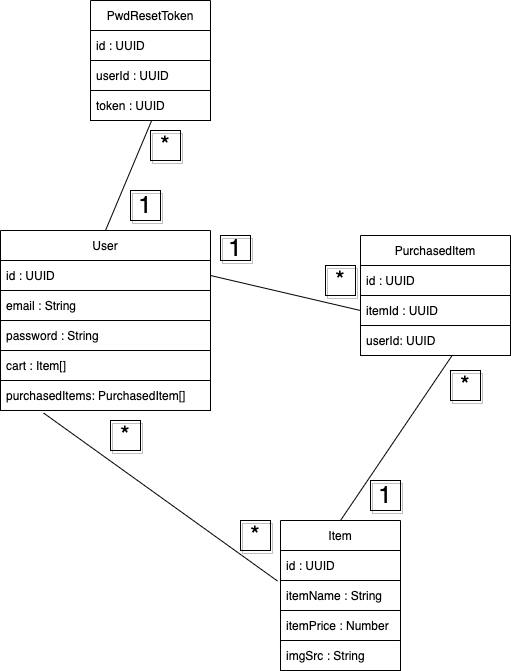
This is docs/DB UML Diagram.png from jaksonhensley/CSCI4300-FinalProject, a draw.io export, as it was before one commit. Source tidied: cells renumbered, new cells last; positions are measured from the earlier drawing's top-left corner, leaving out a move shared by most shapes.
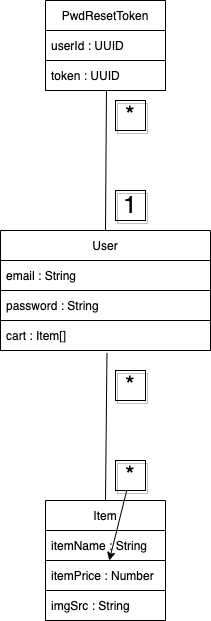
Later version of the same file.

What changed in the source:
```diff
@@ -3,99 +3,58 @@
     <mxCell id="0" />
     <mxCell id="1" parent="0" />
     <mxCell id="2" value="User" style="swimlane;fontStyle=0;horizontal=1;startSize=30;fontColor=#000000;strokeColor=#000000;fillColor=#FFFFFF;" parent="1" vertex="1">
-      <mxGeometry y="230" width="210" height="180" as="geometry" />
+      <mxGeometry x="235" y="230" width="210" height="120" as="geometry" />
     </mxCell>
-    <mxCell id="3" value="id : UUID" style="text;strokeColor=#000000;fillColor=none;align=left;verticalAlign=middle;spacingLeft=4;spacingRight=4;overflow=hidden;points=[[0,0.5],[1,0.5]];portConstraint=eastwest;fontColor=#000000;" parent="2" vertex="1">
-      <mxGeometry y="30" width="210" height="30" as="geometry" />
-    </mxCell>
     <mxCell id="4" value="email : String" style="text;strokeColor=#000000;fillColor=none;align=left;verticalAlign=middle;spacingLeft=4;spacingRight=4;overflow=hidden;fontColor=#000000;" parent="2" vertex="1">
-      <mxGeometry y="60" width="210" height="30" as="geometry" />
+      <mxGeometry y="30" width="210" height="30" as="geometry" />
     </mxCell>
     <mxCell id="5" value="password : String" style="text;strokeColor=#000000;fillColor=none;align=left;verticalAlign=middle;spacingLeft=4;spacingRight=4;overflow=hidden;fontColor=#000000;" parent="2" vertex="1">
-      <mxGeometry y="90" width="210" height="30" as="geometry" />
+      <mxGeometry y="60" width="210" height="30" as="geometry" />
     </mxCell>
     <mxCell id="6" value="cart : Item[]" style="text;strokeColor=#000000;fillColor=none;align=left;verticalAlign=middle;spacingLeft=4;spacingRight=4;overflow=hidden;points=[[0,0.5],[1,0.5]];portConstraint=eastwest;fontColor=#000000;" parent="2" vertex="1">
-      <mxGeometry y="120" width="210" height="30" as="geometry" />
+      <mxGeometry y="90" width="210" height="30" as="geometry" />
     </mxCell>
-    <mxCell id="7" value="purchasedItems: PurchasedItem[]" style="text;strokeColor=#000000;fillColor=none;align=left;verticalAlign=middle;spacingLeft=4;spacingRight=4;overflow=hidden;points=[[0,0.5],[1,0.5]];portConstraint=eastwest;fontColor=#000000;" parent="2" vertex="1">
-      <mxGeometry y="150" width="210" height="30" as="geometry" />
-    </mxCell>
     <mxCell id="8" value="PwdResetToken" style="swimlane;fontStyle=0;horizontal=1;startSize=30;fontColor=#000000;gradientColor=#ffffff;fillColor=#FFFFFF;strokeColor=#000000;" parent="1" vertex="1">
-      <mxGeometry x="90" width="120" height="120" as="geometry" />
+      <mxGeometry x="280" width="120" height="90" as="geometry" />
     </mxCell>
-    <mxCell id="9" value="id : UUID" style="text;strokeColor=#000000;fillColor=none;align=left;verticalAlign=middle;spacingLeft=4;spacingRight=4;overflow=hidden;fontColor=#000000;" parent="8" vertex="1">
-      <mxGeometry y="30" width="120" height="30" as="geometry" />
-    </mxCell>
     <mxCell id="10" value="userId : UUID" style="text;strokeColor=#000000;fillColor=none;align=left;verticalAlign=middle;spacingLeft=4;spacingRight=4;overflow=hidden;fontColor=#000000;" parent="8" vertex="1">
-      <mxGeometry y="60" width="120" height="30" as="geometry" />
+      <mxGeometry y="30" width="120" height="30" as="geometry" />
     </mxCell>
     <mxCell id="11" value="token : UUID" style="text;strokeColor=#000000;fillColor=none;align=left;verticalAlign=middle;spacingLeft=4;spacingRight=4;overflow=hidden;points=[[0,0.5],[1,0.5]];portConstraint=eastwest;fontColor=#000000;" parent="8" vertex="1">
-      <mxGeometry y="90" width="120" height="30" as="geometry" />
+      <mxGeometry y="60" width="120" height="30" as="geometry" />
     </mxCell>
     <mxCell id="12" value="Item" style="swimlane;fontStyle=0;horizontal=1;startSize=30;fontColor=#000000;strokeColor=#000000;fillColor=#FFFFFF;" parent="1" vertex="1">
-      <mxGeometry x="280" y="520" width="120" height="150" as="geometry" />
+      <mxGeometry x="280" y="500" width="120" height="120" as="geometry" />
     </mxCell>
-    <mxCell id="13" value="id : UUID" style="text;strokeColor=#000000;fillColor=none;align=left;verticalAlign=middle;spacingLeft=4;spacingRight=4;overflow=hidden;fontColor=#000000;" parent="12" vertex="1">
-      <mxGeometry y="30" width="120" height="30" as="geometry" />
-    </mxCell>
     <mxCell id="14" value="itemName : String" style="text;strokeColor=#000000;fillColor=none;align=left;verticalAlign=middle;spacingLeft=4;spacingRight=4;overflow=hidden;points=[[0,0.5],[1,0.5]];portConstraint=eastwest;fontColor=#000000;" parent="12" vertex="1">
-      <mxGeometry y="60" width="120" height="30" as="geometry" />
+      <mxGeometry y="30" width="120" height="30" as="geometry" />
     </mxCell>
     <mxCell id="15" value="itemPrice : Number" style="text;strokeColor=#000000;fillColor=none;align=left;verticalAlign=middle;spacingLeft=4;spacingRight=4;overflow=hidden;points=[[0,0.5],[1,0.5]];portConstraint=eastwest;fontColor=#000000;" parent="12" vertex="1">
-      <mxGeometry y="90" width="120" height="30" as="geometry" />
+      <mxGeometry y="60" width="120" height="30" as="geometry" />
     </mxCell>
     <mxCell id="16" value="imgSrc : String" style="text;strokeColor=#000000;fillColor=none;align=left;verticalAlign=middle;spacingLeft=4;spacingRight=4;overflow=hidden;fontColor=#000000;fontStyle=0;" parent="12" vertex="1">
-      <mxGeometry y="120" width="120" height="30" as="geometry" />
+      <mxGeometry y="90" width="120" height="30" as="geometry" />
     </mxCell>
     <mxCell id="17" style="endArrow=none;html=1;rounded=0;entryX=0.508;entryY=1.017;entryDx=0;entryDy=0;entryPerimeter=0;exitX=0.5;exitY=0;exitDx=0;exitDy=0;fontColor=#000000;strokeColor=#000000;" parent="1" edge="1" source="2" target="11">
       <mxGeometry relative="1" as="geometry" />
     </mxCell>
     <mxCell id="18" value="&lt;font style=&quot;font-size: 24px;&quot;&gt;1&lt;/font&gt;" style="text;html=1;strokeColor=#000000;fillColor=none;align=center;verticalAlign=middle;whiteSpace=wrap;rounded=0;shadow=1;fontColor=#000000;" parent="1" vertex="1">
-      <mxGeometry x="130" y="190" width="30" height="30" as="geometry" />
+      <mxGeometry x="350" y="190" width="30" height="30" as="geometry" />
     </mxCell>
     <mxCell id="19" value="&lt;font style=&quot;font-size: 24px;&quot;&gt;*&lt;/font&gt;" style="text;html=1;strokeColor=#000000;fillColor=none;align=center;verticalAlign=middle;whiteSpace=wrap;rounded=0;shadow=1;fontColor=#000000;" parent="1" vertex="1">
-      <mxGeometry x="150" y="130" width="30" height="30" as="geometry" />
+      <mxGeometry x="350" y="100" width="30" height="30" as="geometry" />
     </mxCell>
-    <mxCell id="20" style="endArrow=none;html=1;rounded=0;fontSize=24;entryX=-0.025;entryY=0.017;entryDx=0;entryDy=0;entryPerimeter=0;exitX=0.205;exitY=1.083;exitDx=0;exitDy=0;exitPerimeter=0;fontColor=#000000;strokeColor=#000000;" parent="1" edge="1" source="7" target="14">
-      <mxGeometry relative="1" as="geometry" />
-    </mxCell>
+    <mxCell id="33" style="edgeStyle=none;html=1;" parent="1" edge="1" source="21" target="15">
+      <mxGeometry relative="1" as="geometry" />
+    </mxCell>
     <mxCell id="21" value="*" style="text;html=1;strokeColor=#000000;fillColor=none;align=center;verticalAlign=middle;whiteSpace=wrap;rounded=0;shadow=1;fontSize=24;fontColor=#000000;" parent="1" vertex="1">
-      <mxGeometry x="240" y="520" width="30" height="30" as="geometry" />
+      <mxGeometry x="350" y="460" width="30" height="30" as="geometry" />
     </mxCell>
-    <mxCell id="22" style="endArrow=none;html=1;rounded=0;fontSize=24;fontColor=#000000;strokeColor=#000000;entryX=0.613;entryY=0.983;entryDx=0;entryDy=0;entryPerimeter=0;" parent="1" edge="1" target="28">
-      <mxGeometry relative="1" as="geometry">
-        <mxPoint x="340" y="520" as="sourcePoint" />
-      </mxGeometry>
-    </mxCell>
-    <mxCell id="23" value="*" style="text;html=1;strokeColor=#000000;fillColor=none;align=center;verticalAlign=middle;whiteSpace=wrap;rounded=0;shadow=1;fontSize=24;fontColor=#000000;" parent="1" vertex="1">
-      <mxGeometry x="450" y="370" width="30" height="30" as="geometry" />
-    </mxCell>
-    <mxCell id="24" value="1" style="text;html=1;strokeColor=#000000;fillColor=none;align=center;verticalAlign=middle;whiteSpace=wrap;rounded=0;shadow=1;fontSize=24;fontColor=#000000;" parent="1" vertex="1">
-      <mxGeometry x="370" y="480" width="30" height="30" as="geometry" />
-    </mxCell>
-    <mxCell id="25" value="PurchasedItem" style="swimlane;fontStyle=0;horizontal=1;startSize=30;fontColor=#000000;strokeColor=#000000;fillColor=#FFFFFF;" parent="1" vertex="1">
-      <mxGeometry x="360" y="235" width="150" height="120" as="geometry" />
-    </mxCell>
-    <mxCell id="26" value="id : UUID" style="text;strokeColor=#000000;fillColor=none;align=left;verticalAlign=middle;spacingLeft=4;spacingRight=4;overflow=hidden;fontColor=#000000;" parent="25" vertex="1">
-      <mxGeometry y="30" width="150" height="30" as="geometry" />
-    </mxCell>
-    <mxCell id="27" value="itemId : UUID" style="text;strokeColor=#000000;fillColor=none;align=left;verticalAlign=middle;spacingLeft=4;spacingRight=4;overflow=hidden;points=[[0,0.5],[1,0.5]];portConstraint=eastwest;fontColor=#000000;" parent="25" vertex="1">
-      <mxGeometry y="60" width="150" height="30" as="geometry" />
-    </mxCell>
-    <mxCell id="28" value="userId: UUID" style="text;strokeColor=#000000;fillColor=none;align=left;verticalAlign=middle;spacingLeft=4;spacingRight=4;overflow=hidden;points=[[0,0.5],[1,0.5]];portConstraint=eastwest;fontColor=#000000;" parent="25" vertex="1">
-      <mxGeometry y="90" width="150" height="30" as="geometry" />
-    </mxCell>
-    <mxCell id="29" style="endArrow=none;html=1;rounded=0;fontSize=24;fontColor=#000000;strokeColor=#000000;exitX=1;exitY=0.5;exitDx=0;exitDy=0;entryX=0;entryY=0.5;entryDx=0;entryDy=0;" parent="1" edge="1" source="3" target="27">
-      <mxGeometry relative="1" as="geometry" />
-    </mxCell>
-    <mxCell id="30" value="&lt;span style=&quot;font-size: 24px&quot;&gt;1&lt;/span&gt;" style="text;html=1;strokeColor=#000000;fillColor=none;align=center;verticalAlign=middle;whiteSpace=wrap;rounded=0;shadow=1;fontColor=#000000;" parent="1" vertex="1">
-      <mxGeometry x="220" y="235" width="30" height="25" as="geometry" />
-    </mxCell>
-    <mxCell id="31" value="*" style="text;html=1;strokeColor=#000000;fillColor=none;align=center;verticalAlign=middle;whiteSpace=wrap;rounded=0;shadow=1;fontSize=24;fontColor=#000000;" parent="1" vertex="1">
-      <mxGeometry x="325" y="265" width="30" height="30" as="geometry" />
-    </mxCell>
     <mxCell id="32" value="*" style="text;html=1;strokeColor=#000000;fillColor=none;align=center;verticalAlign=middle;whiteSpace=wrap;rounded=0;shadow=1;fontSize=24;fontColor=#000000;" parent="1" vertex="1">
-      <mxGeometry x="110" y="420" width="30" height="30" as="geometry" />
+      <mxGeometry x="350" y="370" width="30" height="30" as="geometry" />
     </mxCell>
+    <mxCell id="34" style="endArrow=none;html=1;rounded=0;entryX=0.507;entryY=1.083;entryDx=0;entryDy=0;entryPerimeter=0;exitX=0.5;exitY=0;exitDx=0;exitDy=0;fontColor=#000000;strokeColor=#000000;" parent="1" edge="1" source="12" target="6">
+      <mxGeometry relative="1" as="geometry" />
+    </mxCell>
   </root>
 </mxGraphModel>
```
